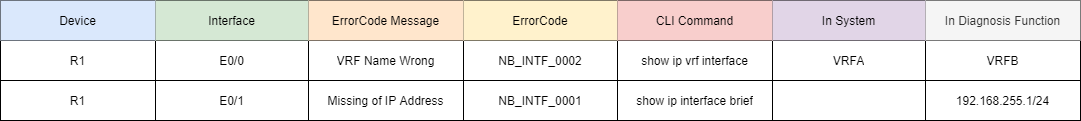
PlatformCertification/Certification-IEv10.0 keeps this draw.io diagram as Platform Certification Guidance/images/Interface Error Report.png. Above is the earlier version. Source tidied: cells renumbered, new cells last; positions are measured from the earlier drawing's top-left corner, leaving out a move shared by most shapes.
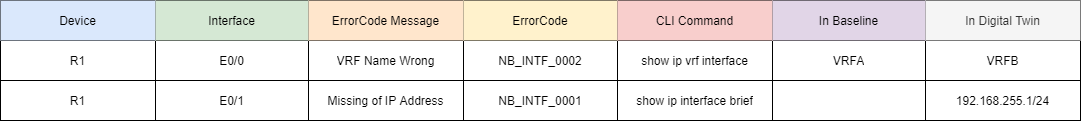
After the change.

Commit message:
repport sample column update

Change to the diagram source:
```diff
@@ -23,10 +23,10 @@
     <mxCell id="8" value="CLI Command" style="shape=partialRectangle;html=1;whiteSpace=wrap;overflow=hidden;fillColor=#f8cecc;top=0;left=0;bottom=0;right=0;strokeColor=#b85450;" parent="3" vertex="1">
       <mxGeometry x="617" width="155" height="40" as="geometry" />
     </mxCell>
-    <mxCell id="9" value="In System" style="shape=partialRectangle;html=1;whiteSpace=wrap;overflow=hidden;fillColor=#e1d5e7;top=0;left=0;bottom=0;right=0;strokeColor=#9673a6;" parent="3" vertex="1">
+    <mxCell id="9" value="In Baseline" style="shape=partialRectangle;html=1;whiteSpace=wrap;overflow=hidden;fillColor=#e1d5e7;top=0;left=0;bottom=0;right=0;strokeColor=#9673a6;" parent="3" vertex="1">
       <mxGeometry x="772" width="153" height="40" as="geometry" />
     </mxCell>
-    <mxCell id="10" value="In Diagnosis Function" style="shape=partialRectangle;html=1;whiteSpace=wrap;overflow=hidden;fillColor=#f5f5f5;top=0;left=0;bottom=0;right=0;strokeColor=#666666;fontColor=#333333;" parent="3" vertex="1">
+    <mxCell id="10" value="In Digital Twin" style="shape=partialRectangle;html=1;whiteSpace=wrap;overflow=hidden;fillColor=#f5f5f5;top=0;left=0;bottom=0;right=0;strokeColor=#666666;fontColor=#333333;" parent="3" vertex="1">
       <mxGeometry x="925" width="155" height="40" as="geometry" />
     </mxCell>
     <mxCell id="11" style="shape=partialRectangle;html=1;whiteSpace=wrap;fillColor=none;top=0;left=0;bottom=0;right=0;" parent="2" vertex="1">
```
